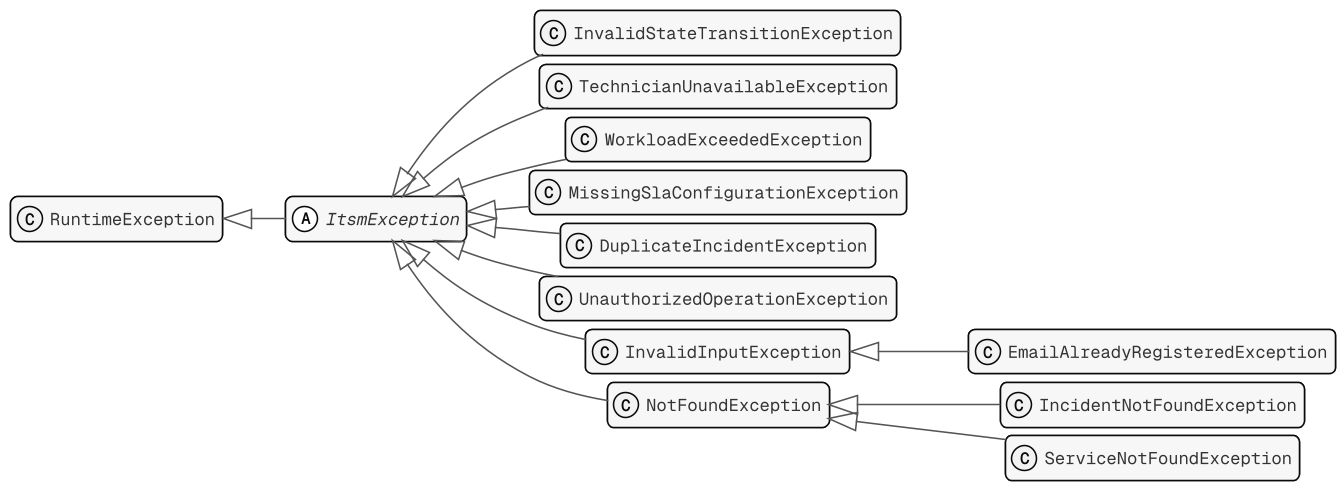
PresidentOfBirTawil/itsm keeps this PlantUML diagram as docs/diagrams/pattern-exceptions.png. Above is the earlier version. Source of this version:
```plantuml
@startuml pattern-exceptions
skinparamlocked dpi 150
!include style.iuml

set separator none
left to right direction
hide empty members
skinparam nodesep 6
skinparam ranksep 40

class RuntimeException
abstract class ItsmException
class InvalidStateTransitionException
class TechnicianUnavailableException
class WorkloadExceededException
class MissingSlaConfigurationException
class DuplicateIncidentException
class UnauthorizedOperationException
class InvalidInputException
class EmailAlreadyRegisteredException
class NotFoundException
class IncidentNotFoundException
class ServiceNotFoundException

RuntimeException <|-- ItsmException
ItsmException <|-- InvalidStateTransitionException
ItsmException <|-- TechnicianUnavailableException
ItsmException <|-- WorkloadExceededException
ItsmException <|-- MissingSlaConfigurationException
ItsmException <|-- DuplicateIncidentException
ItsmException <|-- UnauthorizedOperationException
ItsmException <|-- InvalidInputException
ItsmException <|-- NotFoundException
InvalidInputException <|-- EmailAlreadyRegisteredException
NotFoundException <|-- IncidentNotFoundException
NotFoundException <|-- ServiceNotFoundException
@enduml
```
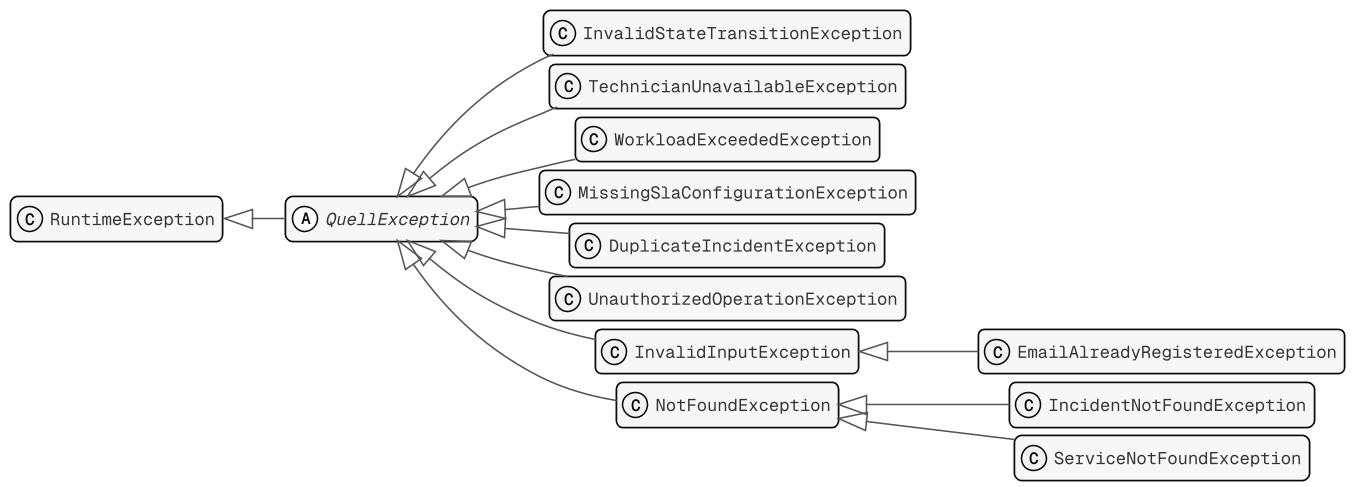
Later version of the same file.

Diff of the diagram source:
```diff
@@ -9,7 +9,7 @@
 skinparam ranksep 40
 
 class RuntimeException
-abstract class ItsmException
+abstract class QuellException
 class InvalidStateTransitionException
 class TechnicianUnavailableException
 class WorkloadExceededException
@@ -22,15 +22,15 @@
 class IncidentNotFoundException
 class ServiceNotFoundException
 
-RuntimeException <|-- ItsmException
-ItsmException <|-- InvalidStateTransitionException
-ItsmException <|-- TechnicianUnavailableException
-ItsmException <|-- WorkloadExceededException
-ItsmException <|-- MissingSlaConfigurationException
-ItsmException <|-- DuplicateIncidentException
-ItsmException <|-- UnauthorizedOperationException
-ItsmException <|-- InvalidInputException
-ItsmException <|-- NotFoundException
+RuntimeException <|-- QuellException
+QuellException <|-- InvalidStateTransitionException
+QuellException <|-- TechnicianUnavailableException
+QuellException <|-- WorkloadExceededException
+QuellException <|-- MissingSlaConfigurationException
+QuellException <|-- DuplicateIncidentException
+QuellException <|-- UnauthorizedOperationException
+QuellException <|-- InvalidInputException
+QuellException <|-- NotFoundException
 InvalidInputException <|-- EmailAlreadyRegisteredException
 NotFoundException <|-- IncidentNotFoundException
 NotFoundException <|-- ServiceNotFoundException
```
